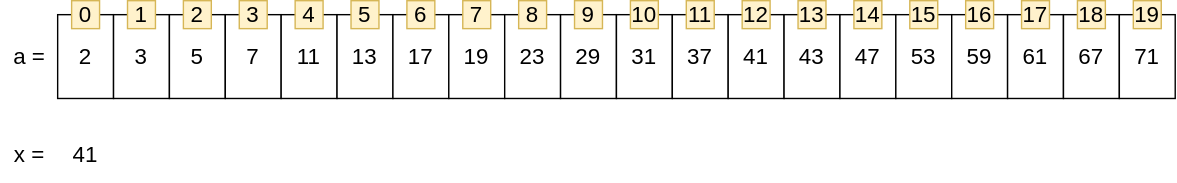
Earlier version of the draw.io export img/algorithm/algorithm-1081-01-01-01.svg (zininote/zininote.github.io-old-). Source tidied: cells renumbered, new cells last; positions are measured from the earlier drawing's top-left corner, leaving out a move shared by most shapes.
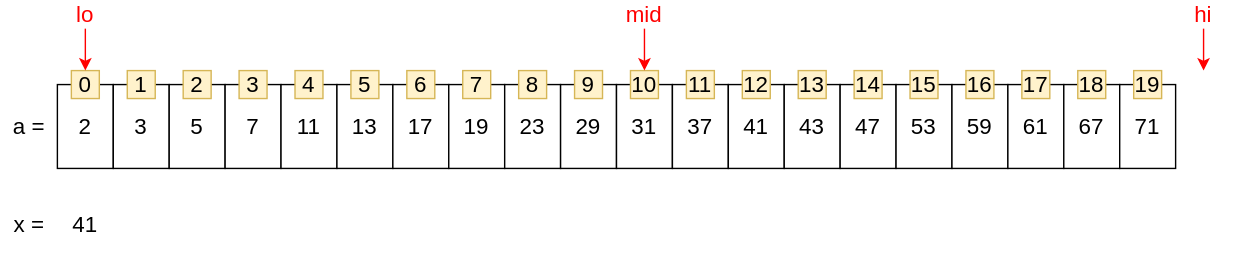
The same file after the commit.

Change to the diagram source:
```diff
@@ -134,5 +134,49 @@
     <mxCell id="45" value="&lt;span style=&quot;font-size: 16px&quot;&gt;19&lt;/span&gt;" style="text;html=1;strokeColor=#d6b656;fillColor=#fff2cc;align=center;verticalAlign=middle;whiteSpace=wrap;rounded=0;" parent="1" vertex="1">
       <mxGeometry x="810" width="20" height="20" as="geometry" />
     </mxCell>
+    <mxCell id="46" style="group;" parent="1" vertex="1">
+      <mxGeometry x="40" y="-50" width="40" height="20" as="geometry" />
+    </mxCell>
+    <mxCell id="47" style="group;" parent="46" vertex="1">
+      <mxGeometry width="40" height="20" as="geometry" />
+    </mxCell>
+    <mxCell id="48" value="lo" style="text;html=1;strokeColor=none;fillColor=none;align=center;verticalAlign=middle;whiteSpace=wrap;rounded=0;fontSize=16;fontColor=#FF0000;" parent="47" vertex="1">
+      <mxGeometry width="40" height="20" as="geometry" />
+    </mxCell>
+    <mxCell id="49" style="edgeStyle=orthogonalEdgeStyle;rounded=0;jettySize=auto;html=1;exitX=0.5;exitY=1;exitDx=0;exitDy=0;entryX=0.5;entryY=0;entryDx=0;entryDy=0;fontSize=16;fontColor=#FF0000;strokeColor=#FF0000;" parent="46" edge="1" source="48" target="26">
+      <mxGeometry relative="1" as="geometry" />
+    </mxCell>
+    <mxCell id="50" style="group;" parent="1" vertex="1">
+      <mxGeometry x="440" y="-50" width="40" height="20" as="geometry" />
+    </mxCell>
+    <mxCell id="51" style="group;" parent="50" vertex="1">
+      <mxGeometry width="40" height="20" as="geometry" />
+    </mxCell>
+    <mxCell id="52" value="mid" style="text;html=1;strokeColor=none;fillColor=none;align=center;verticalAlign=middle;whiteSpace=wrap;rounded=0;fontSize=16;fontColor=#FF0000;" parent="51" vertex="1">
+      <mxGeometry width="40" height="20" as="geometry" />
+    </mxCell>
+    <mxCell id="53" style="edgeStyle=orthogonalEdgeStyle;rounded=0;jettySize=auto;html=1;exitX=0.5;exitY=1;exitDx=0;exitDy=0;entryX=0.5;entryY=0;entryDx=0;entryDy=0;fontSize=16;fontColor=#FF0000;strokeColor=#FF0000;" parent="50" edge="1" source="52">
+      <mxGeometry relative="1" as="geometry" />
+    </mxCell>
+    <mxCell id="54" style="edgeStyle=orthogonalEdgeStyle;rounded=0;jettySize=auto;html=1;exitX=0.5;exitY=1;exitDx=0;exitDy=0;entryX=0.5;entryY=0;entryDx=0;entryDy=0;strokeColor=#FF0000;fontSize=16;fontColor=#FF0000;" parent="1" edge="1" source="52" target="36">
+      <mxGeometry relative="1" as="geometry" />
+    </mxCell>
+    <mxCell id="55" style="group;" parent="1" vertex="1">
+      <mxGeometry x="840" y="-50" width="40" height="20" as="geometry" />
+    </mxCell>
+    <mxCell id="56" style="group;" parent="55" vertex="1">
+      <mxGeometry width="40" height="20" as="geometry" />
+    </mxCell>
+    <mxCell id="57" value="hi" style="text;html=1;strokeColor=none;fillColor=none;align=center;verticalAlign=middle;whiteSpace=wrap;rounded=0;fontSize=16;fontColor=#FF0000;" parent="56" vertex="1">
+      <mxGeometry width="40" height="20" as="geometry" />
+    </mxCell>
+    <mxCell id="58" style="edgeStyle=orthogonalEdgeStyle;rounded=0;jettySize=auto;html=1;exitX=0.5;exitY=1;exitDx=0;exitDy=0;entryX=0.5;entryY=0;entryDx=0;entryDy=0;fontSize=16;fontColor=#FF0000;strokeColor=#FF0000;" parent="55" edge="1" source="57">
+      <mxGeometry relative="1" as="geometry" />
+    </mxCell>
+    <mxCell id="59" style="edgeStyle=orthogonalEdgeStyle;rounded=0;jettySize=auto;html=1;exitX=0.5;exitY=1;exitDx=0;exitDy=0;strokeColor=#FF0000;fontSize=16;fontColor=#FF0000;" parent="1" edge="1" source="57">
+      <mxGeometry relative="1" as="geometry">
+        <mxPoint x="860" as="targetPoint" />
+      </mxGeometry>
+    </mxCell>
   </root>
 </mxGraphModel>
```
